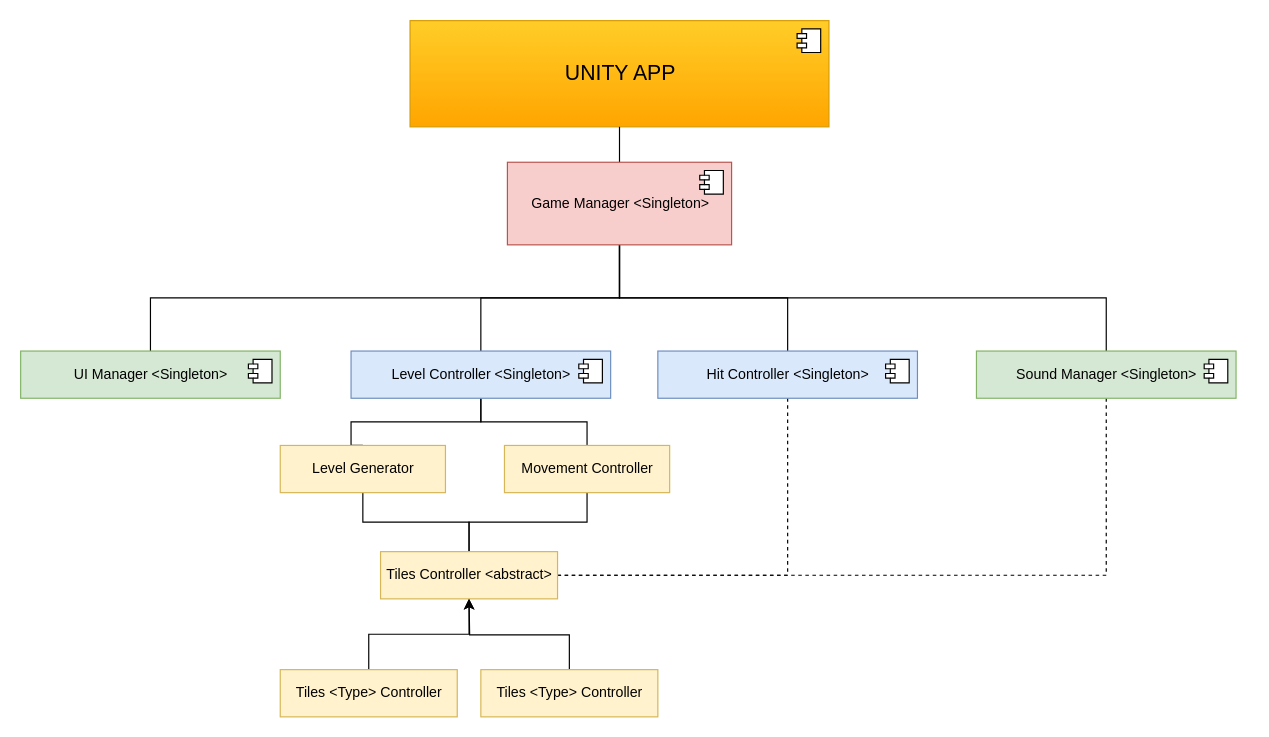
alin-eduard/piano_tiles_egc keeps this draw.io diagram as Documentation/Diagrams/PianoTiles - Unity - Main Structure.drawio. Above is the earlier version. Source tidied: cells renumbered, new cells numbered last; positions are measured from the earlier drawing's top-left corner, leaving out a move shared by most shapes. Both pictures are drawn from the tidied source at 118%, with x=0, y=0 at pixel (20, 20).
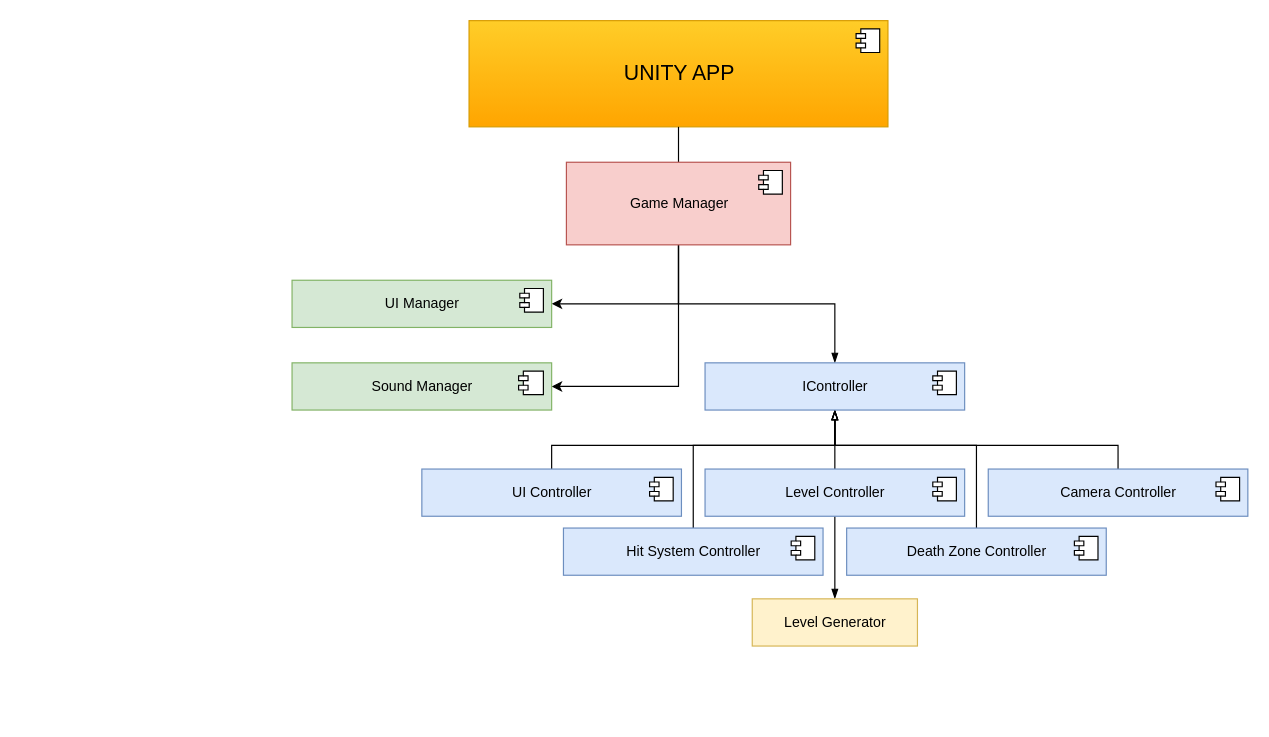
The same diagram, later.

Commit message (it also covers changes not shown here):
[PTE-development] Update Unity App Diagram

Diff of the diagram source:
```diff
@@
     <mxCell id="2" value="&lt;font style=&quot;font-size: 18px&quot;&gt;UNITY APP&lt;/font&gt;" style="html=1;fillColor=#ffcd28;strokeColor=#d79b00;gradientColor=#ffa500;" parent="1" vertex="1">
-      <mxGeometry x="330" width="355" height="90" as="geometry" />
+      <mxGeometry x="380" width="355" height="90" as="geometry" />
     </mxCell>
@@
-    <mxCell id="5" style="edgeStyle=orthogonalEdgeStyle;rounded=0;jettySize=auto;html=1;exitX=0.5;exitY=1;exitDx=0;exitDy=0;endArrow=none;endFill=0;strokeColor=#000000;" parent="1" edge="1" source="9" target="21">
-      <mxGeometry relative="1" as="geometry" />
-    </mxCell>
-    <mxCell id="6" style="edgeStyle=orthogonalEdgeStyle;rounded=0;jettySize=auto;html=1;exitX=0.5;exitY=1;exitDx=0;exitDy=0;entryX=0.5;entryY=0;entryDx=0;entryDy=0;endArrow=none;endFill=0;strokeColor=#000000;" parent="1" edge="1" source="9" target="17">
-      <mxGeometry relative="1" as="geometry" />
-    </mxCell>
+    <mxCell id="8" style="edgeStyle=orthogonalEdgeStyle;rounded=0;jettySize=auto;html=1;exitX=0.5;exitY=1;exitDx=0;exitDy=0;entryX=1;entryY=0.5;entryDx=0;entryDy=0;" parent="1" edge="1" source="9" target="11">
+      <mxGeometry relative="1" as="geometry" />
+    </mxCell>
-    <mxCell id="7" style="edgeStyle=orthogonalEdgeStyle;rounded=0;jettySize=auto;html=1;exitX=0.5;exitY=1;exitDx=0;exitDy=0;endArrow=none;endFill=0;strokeColor=#000000;" parent="1" edge="1" source="9" target="14">
+    <mxCell id="7" style="edgeStyle=orthogonalEdgeStyle;rounded=0;jettySize=auto;html=1;exitX=0.5;exitY=1;exitDx=0;exitDy=0;entryX=1;entryY=0.5;entryDx=0;entryDy=0;" parent="1" edge="1" source="9" target="14">
       <mxGeometry relative="1" as="geometry" />
     </mxCell>
-    <mxCell id="8" style="edgeStyle=orthogonalEdgeStyle;rounded=0;jettySize=auto;html=1;exitX=0.5;exitY=1;exitDx=0;exitDy=0;endArrow=none;endFill=0;strokeColor=#000000;" parent="1" edge="1" source="9" target="11">
-      <mxGeometry relative="1" as="geometry" />
-    </mxCell>
+    <mxCell id="32" style="edgeStyle=orthogonalEdgeStyle;rounded=0;jettySize=auto;html=1;exitX=0.5;exitY=1;exitDx=0;exitDy=0;endArrow=blockThin;endFill=1;" parent="1" edge="1" source="9" target="44">
+      <mxGeometry relative="1" as="geometry">
+        <Array as="points">
+          <mxPoint x="558" y="240" />
+          <mxPoint x="690" y="240" />
+        </Array>
+      </mxGeometry>
+    </mxCell>
-    <mxCell id="9" value="Game Manager &amp;lt;Singleton&amp;gt;" style="html=1;fillColor=#f8cecc;strokeColor=#b85450;" parent="1" vertex="1">
-      <mxGeometry x="412.5" y="120" width="190" height="70" as="geometry" />
+    <mxCell id="9" value="Game Manager" style="html=1;fillColor=#f8cecc;strokeColor=#b85450;" parent="1" vertex="1">
+      <mxGeometry x="462.5" y="120" width="190" height="70" as="geometry" />
     </mxCell>
@@
-    <mxCell id="11" value="UI Manager &amp;lt;Singleton&amp;gt;" style="html=1;fillColor=#d5e8d4;strokeColor=#82b366;" parent="1" vertex="1">
-      <mxGeometry y="280" width="220" height="40" as="geometry" />
+    <mxCell id="11" value="UI Manager" style="html=1;fillColor=#d5e8d4;strokeColor=#82b366;" parent="1" vertex="1">
+      <mxGeometry x="230" y="220" width="220" height="40" as="geometry" />
     </mxCell>
@@
-    <mxCell id="13" style="edgeStyle=orthogonalEdgeStyle;rounded=0;jettySize=auto;html=1;exitX=0.5;exitY=1;exitDx=0;exitDy=0;entryX=1;entryY=0.5;entryDx=0;entryDy=0;dashed=1;endArrow=none;endFill=0;" parent="1" edge="1" source="14" target="29">
-      <mxGeometry relative="1" as="geometry" />
-    </mxCell>
-    <mxCell id="14" value="Sound Manager &amp;lt;Singleton&amp;gt;" style="html=1;fillColor=#d5e8d4;strokeColor=#82b366;" parent="1" vertex="1">
-      <mxGeometry x="810" y="280" width="220" height="40" as="geometry" />
+    <mxCell id="14" value="Sound Manager" style="html=1;fillColor=#d5e8d4;strokeColor=#82b366;" parent="1" vertex="1">
+      <mxGeometry x="230" y="290" width="220" height="40" as="geometry" />
     </mxCell>
     <mxCell id="15" style="shape=module;jettyWidth=8;jettyHeight=4;" parent="14" vertex="1">
-      <mxGeometry x="1" width="20" height="20" relative="1" as="geometry">
-        <mxPoint x="-27" y="7" as="offset" />
+      <mxGeometry x="1" width="21" height="20" relative="1" as="geometry">
+        <mxPoint x="-28" y="7" as="offset" />
       </mxGeometry>
     </mxCell>
-    <mxCell id="16" style="edgeStyle=orthogonalEdgeStyle;rounded=0;jettySize=auto;html=1;exitX=0.5;exitY=1;exitDx=0;exitDy=0;endArrow=none;endFill=0;dashed=1;entryX=1;entryY=0.5;entryDx=0;entryDy=0;" parent="1" edge="1" source="17" target="29">
-      <mxGeometry relative="1" as="geometry" />
-    </mxCell>
+    <mxCell id="33" style="edgeStyle=orthogonalEdgeStyle;rounded=0;jettySize=auto;html=1;exitX=0.5;exitY=0;exitDx=0;exitDy=0;entryX=0.5;entryY=1;entryDx=0;entryDy=0;endArrow=blockThin;endFill=0;" parent="1" edge="1" source="17" target="44">
+      <mxGeometry relative="1" as="geometry">
+        <Array as="points">
+          <mxPoint x="570" y="360" />
+          <mxPoint x="690" y="360" />
+        </Array>
+      </mxGeometry>
+    </mxCell>
-    <mxCell id="17" value="Hit Controller &amp;lt;Singleton&amp;gt;" style="html=1;fillColor=#dae8fc;strokeColor=#6c8ebf;" parent="1" vertex="1">
-      <mxGeometry x="540" y="280" width="220" height="40" as="geometry" />
+    <mxCell id="17" value="Hit System&amp;nbsp;Controller" style="html=1;fillColor=#dae8fc;strokeColor=#6c8ebf;" parent="1" vertex="1">
+      <mxGeometry x="460" y="430" width="220" height="40" as="geometry" />
     </mxCell>
@@
+    <mxCell id="34" style="edgeStyle=orthogonalEdgeStyle;rounded=0;jettySize=auto;html=1;exitX=0.5;exitY=0;exitDx=0;exitDy=0;endArrow=blockThin;endFill=0;" parent="1" edge="1" source="21">
+      <mxGeometry relative="1" as="geometry">
+        <mxPoint x="690" y="330" as="targetPoint" />
+      </mxGeometry>
+    </mxCell>
-    <mxCell id="19" style="edgeStyle=orthogonalEdgeStyle;rounded=0;jettySize=auto;html=1;exitX=0.5;exitY=1;exitDx=0;exitDy=0;entryX=0.5;entryY=0;entryDx=0;entryDy=0;endArrow=none;endFill=0;strokeColor=#000000;" parent="1" edge="1" source="21" target="26">
-      <mxGeometry relative="1" as="geometry">
-        <Array as="points">
-          <mxPoint x="390" y="340" />
-          <mxPoint x="280" y="340" />
-        </Array>
-      </mxGeometry>
+    <mxCell id="19" style="edgeStyle=orthogonalEdgeStyle;rounded=0;jettySize=auto;html=1;exitX=0.5;exitY=1;exitDx=0;exitDy=0;endArrow=blockThin;endFill=1;" parent="1" edge="1" source="21" target="26">
+      <mxGeometry relative="1" as="geometry" />
     </mxCell>
-    <mxCell id="20" style="edgeStyle=orthogonalEdgeStyle;rounded=0;jettySize=auto;html=1;exitX=0.5;exitY=1;exitDx=0;exitDy=0;entryX=0.5;entryY=0;entryDx=0;entryDy=0;endArrow=none;endFill=0;strokeColor=#000000;" parent="1" edge="1" source="21" target="24">
-      <mxGeometry relative="1" as="geometry" />
-    </mxCell>
-    <mxCell id="21" value="Level Controller &amp;lt;Singleton&amp;gt;" style="html=1;fillColor=#dae8fc;strokeColor=#6c8ebf;" parent="1" vertex="1">
-      <mxGeometry x="280" y="280" width="220" height="40" as="geometry" />
+    <mxCell id="21" value="Level Controller" style="html=1;fillColor=#dae8fc;strokeColor=#6c8ebf;" parent="1" vertex="1">
+      <mxGeometry x="580" y="380" width="220" height="40" as="geometry" />
     </mxCell>
@@
-    <mxCell id="23" style="edgeStyle=orthogonalEdgeStyle;rounded=0;jettySize=auto;html=1;exitX=0.5;exitY=1;exitDx=0;exitDy=0;endArrow=none;endFill=0;strokeColor=#000000;" parent="1" edge="1" source="24" target="29">
-      <mxGeometry relative="1" as="geometry" />
-    </mxCell>
-    <mxCell id="24" value="Movement Controller" style="html=1;fillColor=#fff2cc;strokeColor=#d6b656;" parent="1" vertex="1">
-      <mxGeometry x="410" y="360" width="140" height="40" as="geometry" />
-    </mxCell>
-    <mxCell id="25" style="edgeStyle=orthogonalEdgeStyle;rounded=0;jettySize=auto;html=1;exitX=0.5;exitY=1;exitDx=0;exitDy=0;endArrow=none;endFill=0;strokeColor=#000000;" parent="1" edge="1" source="26" target="29">
-      <mxGeometry relative="1" as="geometry" />
-    </mxCell>
     <mxCell id="26" value="Level Generator" style="html=1;fillColor=#fff2cc;strokeColor=#d6b656;" parent="1" vertex="1">
-      <mxGeometry x="220" y="360" width="140" height="40" as="geometry" />
+      <mxGeometry x="620" y="490" width="140" height="40" as="geometry" />
     </mxCell>
-    <mxCell id="27" style="edgeStyle=orthogonalEdgeStyle;rounded=0;jettySize=auto;html=1;exitX=0.5;exitY=0;exitDx=0;exitDy=0;entryX=0.5;entryY=1;entryDx=0;entryDy=0;endArrow=classic;endFill=1;strokeColor=#000000;" parent="1" edge="1" source="28" target="29">
-      <mxGeometry relative="1" as="geometry" />
-    </mxCell>
-    <mxCell id="28" value="Tiles &amp;lt;Type&amp;gt; Controller" style="html=1;fillColor=#fff2cc;strokeColor=#d6b656;" parent="1" vertex="1">
-      <mxGeometry x="220" y="550" width="150" height="40" as="geometry" />
-    </mxCell>
-    <mxCell id="29" value="Tiles Controller &amp;lt;abstract&amp;gt;" style="html=1;fillColor=#fff2cc;strokeColor=#d6b656;" parent="1" vertex="1">
-      <mxGeometry x="305" y="450" width="150" height="40" as="geometry" />
-    </mxCell>
-    <mxCell id="30" style="edgeStyle=orthogonalEdgeStyle;rounded=0;jettySize=auto;html=1;exitX=0.5;exitY=0;exitDx=0;exitDy=0;endArrow=classic;endFill=1;strokeColor=#000000;" parent="1" edge="1" source="31">
-      <mxGeometry relative="1" as="geometry">
-        <mxPoint x="380" y="490" as="targetPoint" />
-      </mxGeometry>
-    </mxCell>
-    <mxCell id="31" value="Tiles &amp;lt;Type&amp;gt; Controller" style="html=1;fillColor=#fff2cc;strokeColor=#d6b656;" parent="1" vertex="1">
-      <mxGeometry x="390" y="550" width="150" height="40" as="geometry" />
-    </mxCell>
+    <mxCell id="35" style="edgeStyle=orthogonalEdgeStyle;rounded=0;jettySize=auto;html=1;exitX=0.5;exitY=0;exitDx=0;exitDy=0;entryX=0.5;entryY=1;entryDx=0;entryDy=0;endArrow=blockThin;endFill=0;" parent="1" edge="1" source="36" target="44">
+      <mxGeometry relative="1" as="geometry">
+        <Array as="points">
+          <mxPoint x="930" y="360" />
+          <mxPoint x="690" y="360" />
+        </Array>
+      </mxGeometry>
+    </mxCell>
+    <mxCell id="36" value="Camera Controller" style="html=1;fillColor=#dae8fc;strokeColor=#6c8ebf;" parent="1" vertex="1">
+      <mxGeometry x="820" y="380" width="220" height="40" as="geometry" />
+    </mxCell>
+    <mxCell id="37" style="shape=module;jettyWidth=8;jettyHeight=4;" parent="36" vertex="1">
+      <mxGeometry x="1" width="20" height="20" relative="1" as="geometry">
+        <mxPoint x="-27" y="7" as="offset" />
+      </mxGeometry>
+    </mxCell>
+    <mxCell id="38" style="edgeStyle=orthogonalEdgeStyle;rounded=0;jettySize=auto;html=1;exitX=0.5;exitY=0;exitDx=0;exitDy=0;endArrow=blockThin;endFill=0;" parent="1" edge="1" source="39">
+      <mxGeometry relative="1" as="geometry">
+        <mxPoint x="690" y="330" as="targetPoint" />
+        <Array as="points">
+          <mxPoint x="450" y="360" />
+          <mxPoint x="690" y="360" />
+        </Array>
+      </mxGeometry>
+    </mxCell>
+    <mxCell id="39" value="UI Controller" style="html=1;fillColor=#dae8fc;strokeColor=#6c8ebf;" parent="1" vertex="1">
+      <mxGeometry x="340" y="380" width="220" height="40" as="geometry" />
+    </mxCell>
+    <mxCell id="40" style="shape=module;jettyWidth=8;jettyHeight=4;" parent="39" vertex="1">
+      <mxGeometry x="1" width="20" height="20" relative="1" as="geometry">
+        <mxPoint x="-27" y="7" as="offset" />
+      </mxGeometry>
+    </mxCell>
+    <mxCell id="41" style="edgeStyle=orthogonalEdgeStyle;rounded=0;jettySize=auto;html=1;exitX=0.5;exitY=0;exitDx=0;exitDy=0;endArrow=blockThin;endFill=0;" parent="1" edge="1" source="42">
+      <mxGeometry relative="1" as="geometry">
+        <mxPoint x="690" y="330" as="targetPoint" />
+        <Array as="points">
+          <mxPoint x="810" y="360" />
+          <mxPoint x="690" y="360" />
+        </Array>
+      </mxGeometry>
+    </mxCell>
+    <mxCell id="42" value="Death Zone Controller" style="html=1;fillColor=#dae8fc;strokeColor=#6c8ebf;" parent="1" vertex="1">
+      <mxGeometry x="700" y="430" width="220" height="40" as="geometry" />
+    </mxCell>
+    <mxCell id="43" style="shape=module;jettyWidth=8;jettyHeight=4;" parent="42" vertex="1">
+      <mxGeometry x="1" width="20" height="20" relative="1" as="geometry">
+        <mxPoint x="-27" y="7" as="offset" />
+      </mxGeometry>
+    </mxCell>
+    <mxCell id="44" value="IController" style="html=1;fillColor=#dae8fc;strokeColor=#6c8ebf;" parent="1" vertex="1">
+      <mxGeometry x="580" y="290" width="220" height="40" as="geometry" />
+    </mxCell>
+    <mxCell id="45" style="shape=module;jettyWidth=8;jettyHeight=4;" parent="44" vertex="1">
+      <mxGeometry x="1" width="20" height="20" relative="1" as="geometry">
+        <mxPoint x="-27" y="7" as="offset" />
+      </mxGeometry>
+    </mxCell>
```
